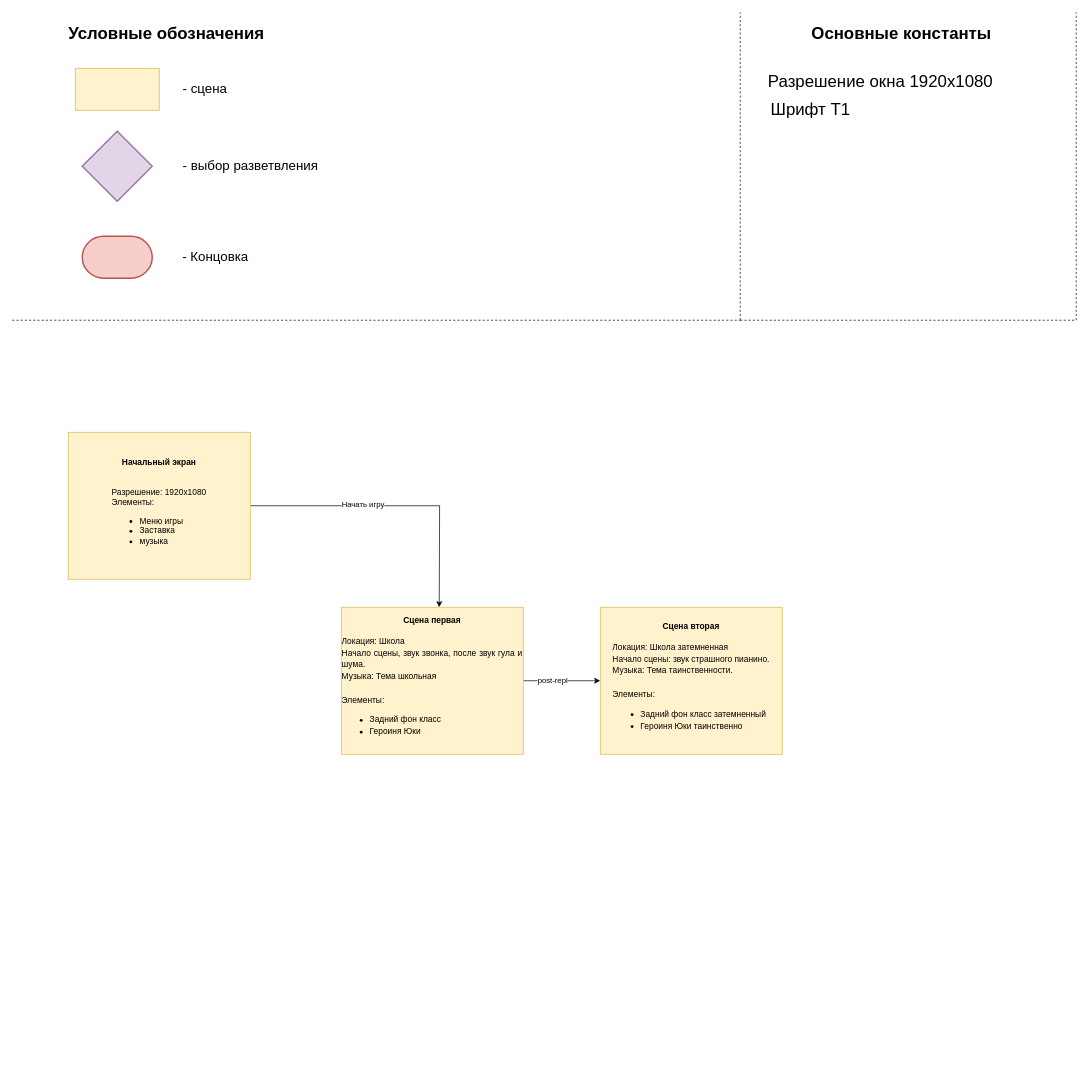
The draw.io diagram ER_scene_Heart_of_Forest.drawio in EvstiAL/Heart-Of-Forest, before the edit. Source tidied: cells renumbered, new cells numbered last; positions are measured from the earlier drawing's top-left corner, leaving out a move shared by most shapes. Both pictures are drawn from the tidied source at 70%, with x=0, y=0 at pixel (12, 12).
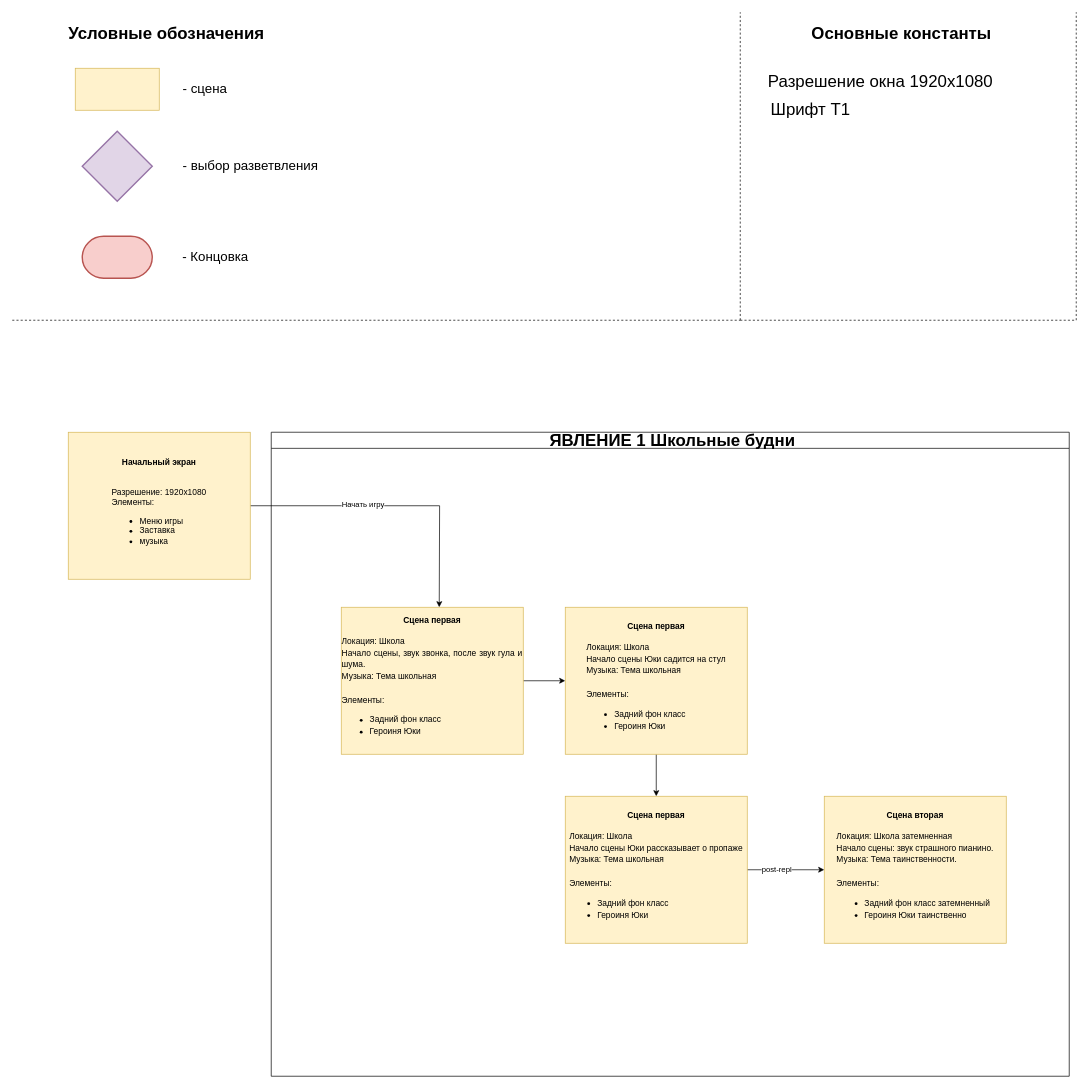
After the change.

The change refers to these unchanged cells:
```xml
<mxCell id="7" value="&lt;b&gt;Сцена первая&lt;br&gt;&lt;/b&gt;&lt;br&gt;&lt;div style=&quot;text-align: justify; line-height: 140%;&quot;&gt;&lt;span style=&quot;background-color: initial;&quot;&gt;Локация: Школа&lt;/span&gt;&lt;/div&gt;&lt;div style=&quot;text-align: justify; line-height: 140%;&quot;&gt;&lt;span style=&quot;background-color: initial;&quot;&gt;Начало сцены, звук звонка, после звук гула и шума.&lt;/span&gt;&lt;/div&gt;&lt;div style=&quot;text-align: justify; line-height: 140%;&quot;&gt;&lt;span style=&quot;background-color: initial;&quot;&gt;Музыка: Тема школьная&amp;nbsp;&lt;/span&gt;&lt;/div&gt;&lt;div style=&quot;text-align: justify; line-height: 140%;&quot;&gt;&lt;br&gt;&lt;/div&gt;&lt;div style=&quot;text-align: justify; line-height: 140%;&quot;&gt;&lt;span style=&quot;background-color: initial;&quot;&gt;Элементы:&lt;/span&gt;&lt;/div&gt;&lt;ul style=&quot;line-height: 140%;&quot;&gt;&lt;li style=&quot;text-align: justify;&quot;&gt;Задний фон класс&lt;/li&gt;&lt;li style=&quot;text-align: justify;&quot;&gt;Героиня Юки&amp;nbsp;&lt;/li&gt;&lt;/ul&gt;" style="rounded=0;whiteSpace=wrap;html=1;fillColor=#fff2cc;strokeColor=#d6b656;" parent="1" vertex="1">
  <mxGeometry x="470" y="850" width="260" height="210" as="geometry" />
</mxCell>
```

Diff of the diagram source:
```diff
@@
-    <mxCell id="5" style="edgeStyle=orthogonalEdgeStyle;rounded=0;jettySize=auto;html=1;fontSize=24;" parent="1" edge="1" source="7" target="22">
-      <mxGeometry relative="1" as="geometry" />
-    </mxCell>
-    <mxCell id="6" value="&lt;font style=&quot;font-size: 11px;&quot;&gt;post-repl&lt;/font&gt;" style="edgeLabel;html=1;align=center;verticalAlign=middle;fontSize=11;" parent="5" vertex="1">
-      <mxGeometry x="-0.26" y="2" relative="1" as="geometry" />
-    </mxCell>
+    <mxCell id="23" style="edgeStyle=orthogonalEdgeStyle;rounded=0;jettySize=auto;html=1;fontSize=11;" parent="1" edge="1" source="7" target="25">
+      <mxGeometry relative="1" as="geometry" />
+    </mxCell>
@@
     <mxCell id="22" value="&lt;b&gt;Сцена вторая&lt;br&gt;&lt;/b&gt;&lt;br&gt;&lt;div style=&quot;text-align: justify; line-height: 140%;&quot;&gt;&lt;span style=&quot;background-color: initial;&quot;&gt;Локация: Школа затемненная&lt;/span&gt;&lt;/div&gt;&lt;div style=&quot;text-align: justify; line-height: 140%;&quot;&gt;&lt;span style=&quot;background-color: initial;&quot;&gt;Начало сцены: звук страшного пианино.&lt;/span&gt;&lt;/div&gt;&lt;div style=&quot;text-align: justify; line-height: 140%;&quot;&gt;&lt;span style=&quot;background-color: initial;&quot;&gt;Музыка: Тема таинственности.&lt;/span&gt;&lt;/div&gt;&lt;div style=&quot;text-align: justify; line-height: 140%;&quot;&gt;&lt;br&gt;&lt;/div&gt;&lt;div style=&quot;text-align: justify; line-height: 140%;&quot;&gt;&lt;span style=&quot;background-color: initial;&quot;&gt;Элементы:&lt;/span&gt;&lt;/div&gt;&lt;ul style=&quot;line-height: 140%;&quot;&gt;&lt;li style=&quot;text-align: justify;&quot;&gt;Задний фон класс затемненный&lt;/li&gt;&lt;li style=&quot;text-align: justify;&quot;&gt;Героиня Юки таинственно&amp;nbsp;&lt;/li&gt;&lt;/ul&gt;" style="rounded=0;whiteSpace=wrap;html=1;fillColor=#fff2cc;strokeColor=#d6b656;" parent="1" vertex="1">
-      <mxGeometry x="840" y="850" width="260" height="210" as="geometry" />
+      <mxGeometry x="1160" y="1120" width="260" height="210" as="geometry" />
     </mxCell>
+    <mxCell id="24" style="edgeStyle=orthogonalEdgeStyle;rounded=0;jettySize=auto;html=1;fontSize=11;" parent="1" edge="1" source="25" target="27">
+      <mxGeometry relative="1" as="geometry" />
+    </mxCell>
+    <mxCell id="25" value="&lt;b&gt;Сцена первая&lt;br&gt;&lt;/b&gt;&lt;br&gt;&lt;div style=&quot;text-align: justify; line-height: 140%;&quot;&gt;&lt;span style=&quot;background-color: initial;&quot;&gt;Локация: Школа&lt;/span&gt;&lt;/div&gt;&lt;div style=&quot;text-align: justify; line-height: 140%;&quot;&gt;&lt;span style=&quot;background-color: initial;&quot;&gt;Начало сцены Юки садится на стул&lt;/span&gt;&lt;/div&gt;&lt;div style=&quot;text-align: justify; line-height: 140%;&quot;&gt;&lt;span style=&quot;background-color: initial;&quot;&gt;Музыка: Тема школьная&amp;nbsp;&lt;/span&gt;&lt;/div&gt;&lt;div style=&quot;text-align: justify; line-height: 140%;&quot;&gt;&lt;br&gt;&lt;/div&gt;&lt;div style=&quot;text-align: justify; line-height: 140%;&quot;&gt;&lt;span style=&quot;background-color: initial;&quot;&gt;Элементы:&lt;/span&gt;&lt;/div&gt;&lt;ul style=&quot;line-height: 140%;&quot;&gt;&lt;li style=&quot;text-align: justify;&quot;&gt;Задний фон класс&lt;/li&gt;&lt;li style=&quot;text-align: justify;&quot;&gt;Героиня Юки&lt;/li&gt;&lt;/ul&gt;" style="rounded=0;whiteSpace=wrap;html=1;fillColor=#fff2cc;strokeColor=#d6b656;" parent="1" vertex="1">
+      <mxGeometry x="790" y="850" width="260" height="210" as="geometry" />
+    </mxCell>
+    <mxCell id="26" style="edgeStyle=orthogonalEdgeStyle;rounded=0;jettySize=auto;html=1;fontSize=11;" parent="1" edge="1" source="27" target="22">
+      <mxGeometry relative="1" as="geometry" />
+    </mxCell>
+    <mxCell id="6" value="post-repl" style="edgeLabel;html=1;align=center;verticalAlign=middle;fontSize=11;" parent="26" vertex="1">
+      <mxGeometry x="-0.25" y="1" relative="1" as="geometry" />
+    </mxCell>
+    <mxCell id="27" value="&lt;b&gt;Сцена первая&lt;br&gt;&lt;/b&gt;&lt;br&gt;&lt;div style=&quot;text-align: justify; line-height: 140%;&quot;&gt;&lt;span style=&quot;background-color: initial;&quot;&gt;Локация: Школа&lt;/span&gt;&lt;/div&gt;&lt;div style=&quot;text-align: justify; line-height: 140%;&quot;&gt;&lt;span style=&quot;background-color: initial;&quot;&gt;Начало сцены Юки рассказывает о пропаже&lt;/span&gt;&lt;/div&gt;&lt;div style=&quot;text-align: justify; line-height: 140%;&quot;&gt;&lt;span style=&quot;background-color: initial;&quot;&gt;Музыка: Тема школьная&amp;nbsp;&lt;/span&gt;&lt;/div&gt;&lt;div style=&quot;text-align: justify; line-height: 140%;&quot;&gt;&lt;br&gt;&lt;/div&gt;&lt;div style=&quot;text-align: justify; line-height: 140%;&quot;&gt;&lt;span style=&quot;background-color: initial;&quot;&gt;Элементы:&lt;/span&gt;&lt;/div&gt;&lt;ul style=&quot;line-height: 140%;&quot;&gt;&lt;li style=&quot;text-align: justify;&quot;&gt;Задний фон класс&lt;/li&gt;&lt;li style=&quot;text-align: justify;&quot;&gt;Героиня Юки&lt;/li&gt;&lt;/ul&gt;" style="rounded=0;whiteSpace=wrap;html=1;fillColor=#fff2cc;strokeColor=#d6b656;" parent="1" vertex="1">
+      <mxGeometry x="790" y="1120" width="260" height="210" as="geometry" />
+    </mxCell>
+    <mxCell id="28" value="&lt;font style=&quot;font-size: 24px;&quot;&gt;&amp;nbsp;ЯВЛЕНИЕ 1&amp;nbsp;&lt;span&gt;Школьные будни&lt;/span&gt;&lt;/font&gt;" style="swimlane;whiteSpace=wrap;html=1;fontSize=11;" parent="1" vertex="1">
+      <mxGeometry x="370" y="600" width="1140" height="920" as="geometry" />
+    </mxCell>
```
